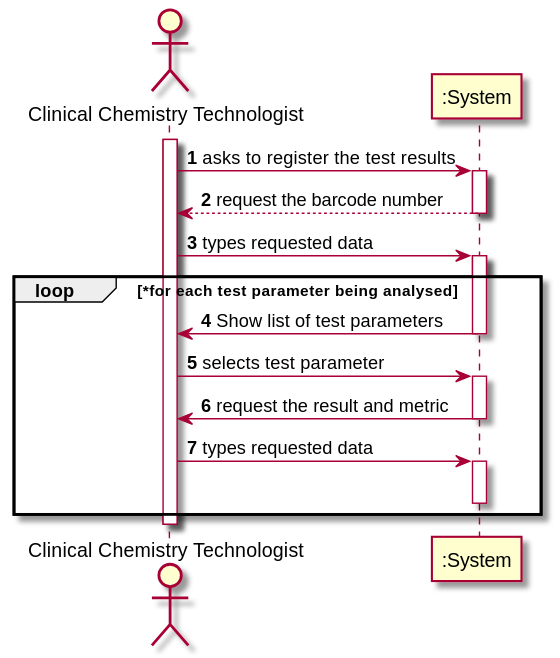
Before: docs/SprintC/US12/US12_SSD.svg, a diagram exported from PlantUML (manu-07-ela/LAPR2_ISEP).
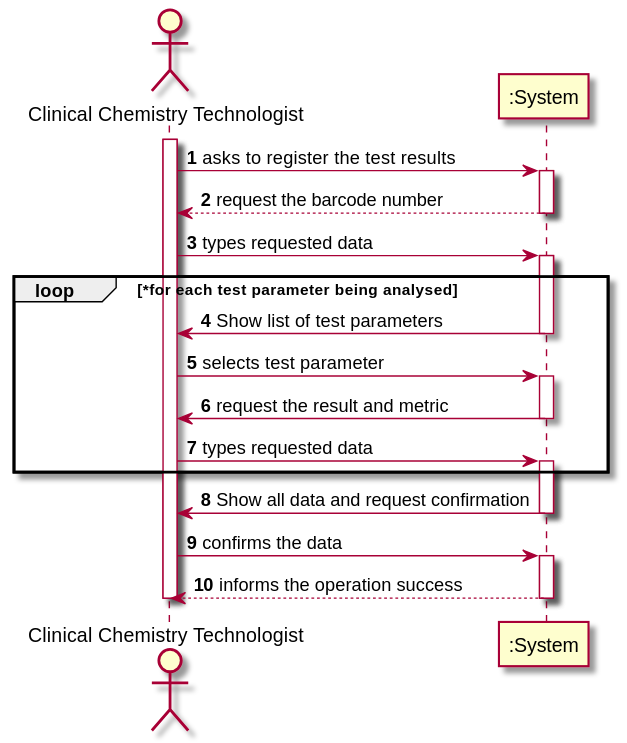
Above is the later version.

The edit, as a diff of the source:
```diff
@@ -18,8 +18,13 @@
 deactivate ":System"
 CCT -> ":System" : types requested data
 activate ":System"
+end
+":System" -> CCT : Show all data and request confirmation
 deactivate ":System"
-end
+CCT -> ":System" : confirms the data
+activate ":System"
+":System" --> CCT : informs the operation success
+deactivate ":System"
 
 
 deactivate CCT
```
